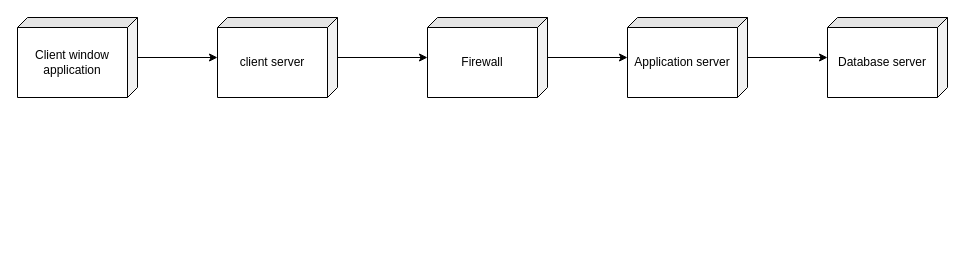
Before: page "deployment" (5 of 7) of Thiet-ke/thiet_ke.drawio in longvo00221/quan-ly-khach-san, a draw.io diagram. Source tidied: cells renumbered, new cells numbered last; positions are measured from the earlier drawing's top-left corner, leaving out a move shared by most shapes. Both pictures are drawn from the tidied source at 100%, with x=0, y=0 at pixel (17, 17).
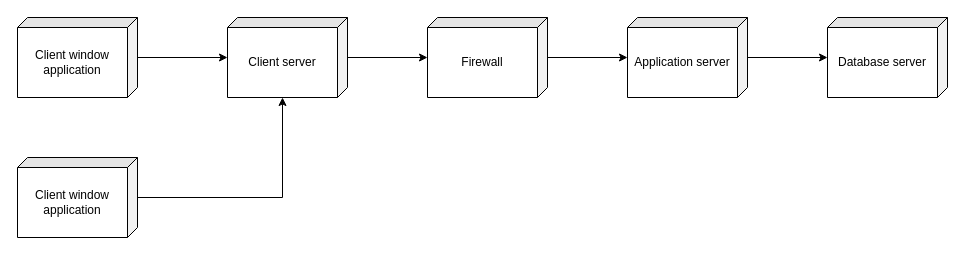
Above is the later version.

Change to the diagram source:
```diff
@@
 <mxGraphModel>
   <root>
     <mxCell id="0" />
     <mxCell id="1" parent="0" />
-    <mxCell id="2" style="edgeStyle=orthogonalEdgeStyle;rounded=0;jettySize=auto;html=1;" parent="1" edge="1" source="3" target="5">
-      <mxGeometry relative="1" as="geometry" />
-    </mxCell>
-    <mxCell id="3" value="client server" style="shape=cube;whiteSpace=wrap;html=1;boundedLbl=1;backgroundOutline=1;darkOpacity=0.05;darkOpacity2=0.1;size=10;direction=south;" parent="1" vertex="1">
-      <mxGeometry x="200" width="120" height="80" as="geometry" />
-    </mxCell>
+    <mxCell id="11" style="edgeStyle=orthogonalEdgeStyle;rounded=0;jettySize=auto;html=1;" parent="1" edge="1" source="12" target="5">
+      <mxGeometry relative="1" as="geometry" />
+    </mxCell>
+    <mxCell id="12" value="Client server" style="shape=cube;whiteSpace=wrap;html=1;boundedLbl=1;backgroundOutline=1;darkOpacity=0.05;darkOpacity2=0.1;size=10;direction=south;" parent="1" vertex="1">
+      <mxGeometry x="210" width="120" height="80" as="geometry" />
+    </mxCell>
     <mxCell id="4" style="edgeStyle=orthogonalEdgeStyle;rounded=0;jettySize=auto;html=1;" parent="1" edge="1" source="5" target="7">
       <mxGeometry relative="1" as="geometry" />
     </mxCell>
     <mxCell id="5" value="Firewall" style="shape=cube;whiteSpace=wrap;html=1;boundedLbl=1;backgroundOutline=1;darkOpacity=0.05;darkOpacity2=0.1;size=10;direction=south;" parent="1" vertex="1">
       <mxGeometry x="410" width="120" height="80" as="geometry" />
     </mxCell>
     <mxCell id="6" style="edgeStyle=orthogonalEdgeStyle;rounded=0;jettySize=auto;html=1;" parent="1" edge="1" source="7" target="8">
       <mxGeometry relative="1" as="geometry" />
     </mxCell>
     <mxCell id="7" value="Application server" style="shape=cube;whiteSpace=wrap;html=1;boundedLbl=1;backgroundOutline=1;darkOpacity=0.05;darkOpacity2=0.1;size=10;direction=south;" parent="1" vertex="1">
       <mxGeometry x="610" width="120" height="80" as="geometry" />
     </mxCell>
     <mxCell id="8" value="Database server" style="shape=cube;whiteSpace=wrap;html=1;boundedLbl=1;backgroundOutline=1;darkOpacity=0.05;darkOpacity2=0.1;size=10;direction=south;" parent="1" vertex="1">
       <mxGeometry x="810" width="120" height="80" as="geometry" />
     </mxCell>
-    <mxCell id="9" style="edgeStyle=orthogonalEdgeStyle;rounded=0;jettySize=auto;html=1;" parent="1" edge="1" source="10" target="3">
-      <mxGeometry relative="1" as="geometry" />
-    </mxCell>
+    <mxCell id="13" style="edgeStyle=orthogonalEdgeStyle;rounded=0;jettySize=auto;html=1;" parent="1" edge="1" source="10" target="12">
+      <mxGeometry relative="1" as="geometry" />
+    </mxCell>
     <mxCell id="10" value="Client window application" style="shape=cube;whiteSpace=wrap;html=1;boundedLbl=1;backgroundOutline=1;darkOpacity=0.05;darkOpacity2=0.1;size=10;direction=south;" parent="1" vertex="1">
       <mxGeometry width="120" height="80" as="geometry" />
     </mxCell>
+    <mxCell id="14" style="edgeStyle=orthogonalEdgeStyle;rounded=0;jettySize=auto;html=1;entryX=0;entryY=0;entryDx=80;entryDy=65;entryPerimeter=0;" parent="1" edge="1" source="15" target="12">
+      <mxGeometry relative="1" as="geometry" />
+    </mxCell>
+    <mxCell id="15" value="Client window application" style="shape=cube;whiteSpace=wrap;html=1;boundedLbl=1;backgroundOutline=1;darkOpacity=0.05;darkOpacity2=0.1;size=10;direction=south;" parent="1" vertex="1">
+      <mxGeometry y="140" width="120" height="80" as="geometry" />
+    </mxCell>
   </root>
 </mxGraphModel>
```
